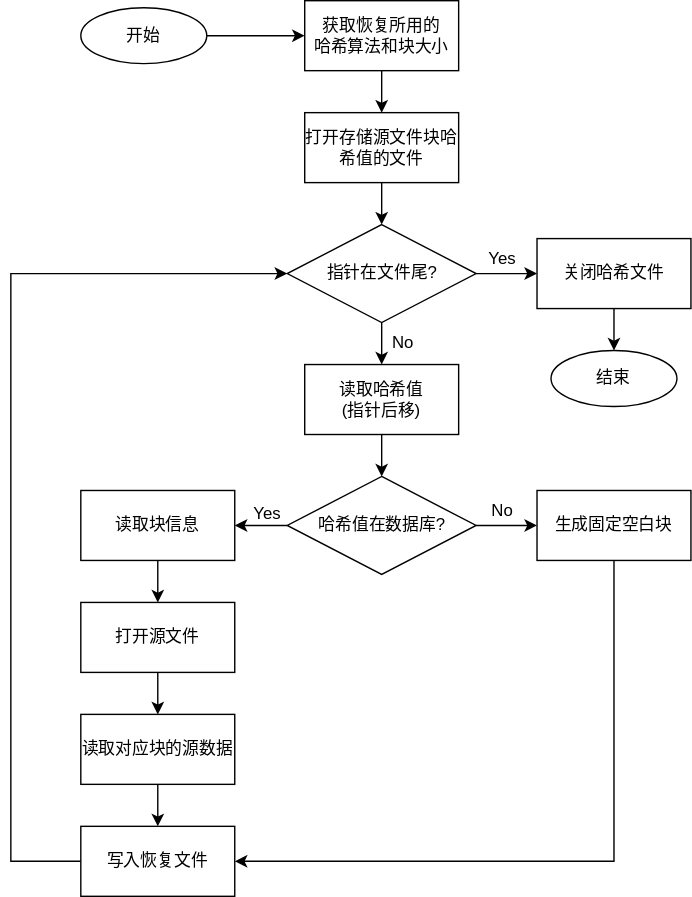
NekoSilverFox/BlockStorageTester keeps this draw.io diagram as doc/img/recover_flow_CN.drawio.svg. Above is the earlier version. Source tidied: cells renumbered, new cells last; positions are measured from the earlier drawing's top-left corner, leaving out a move shared by most shapes.
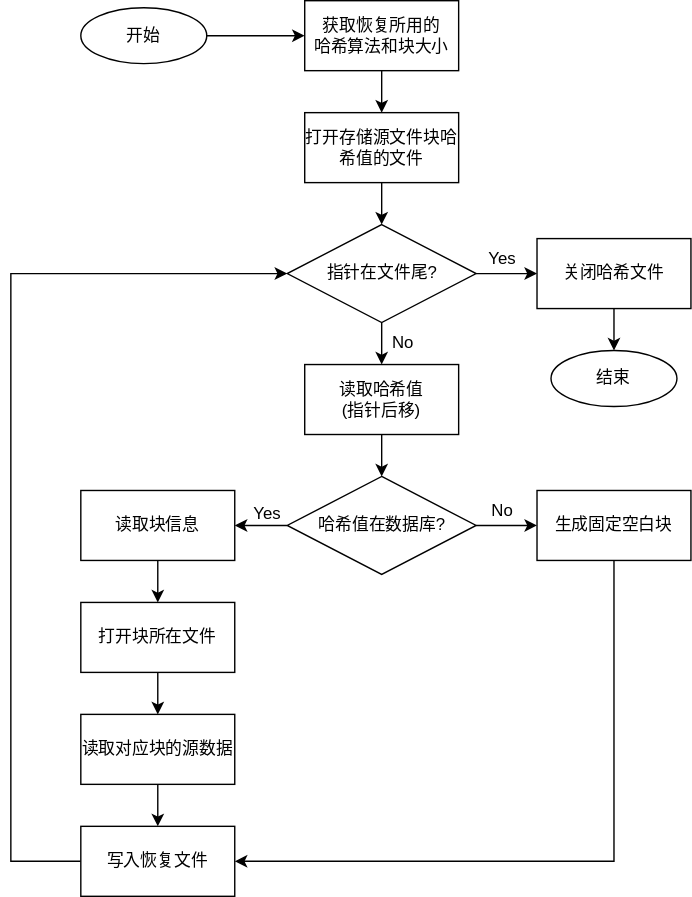
Above is the later version.

The edit, as a diff of the source:
```diff
@@ -53,7 +53,7 @@
     <mxCell id="18" style="edgeStyle=orthogonalEdgeStyle;rounded=0;jettySize=auto;html=1;" parent="1" edge="1" source="19" target="26">
       <mxGeometry relative="1" as="geometry" />
     </mxCell>
-    <mxCell id="19" value="打开源文件" style="rounded=0;whiteSpace=wrap;html=1;" parent="1" vertex="1">
+    <mxCell id="19" value="打开块所在文件" style="rounded=0;whiteSpace=wrap;html=1;" parent="1" vertex="1">
       <mxGeometry x="50" y="430" width="110" height="50" as="geometry" />
     </mxCell>
     <mxCell id="20" value="结束" style="ellipse;whiteSpace=wrap;html=1;" parent="1" vertex="1">
```
